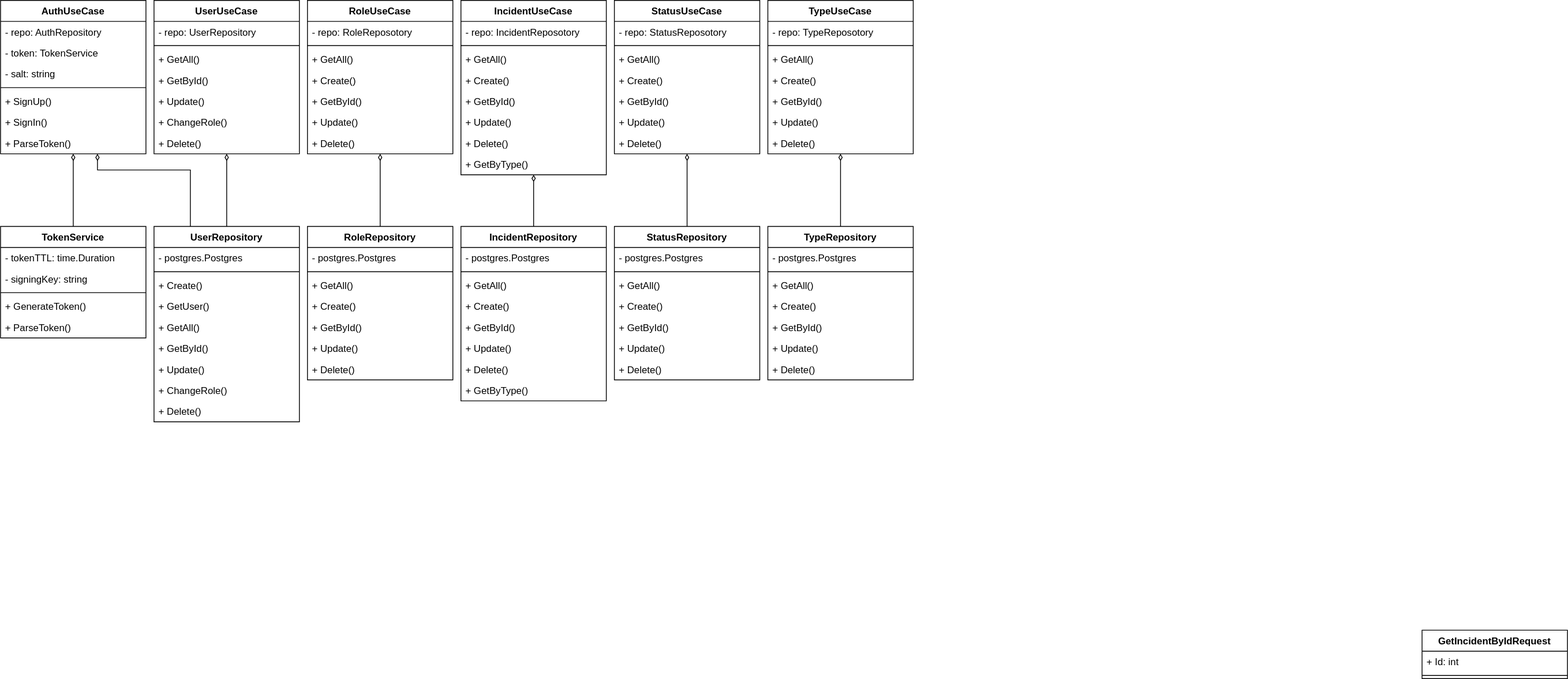
The draw.io diagram docs/diagrams/uml.svg in ekaterinamzr/green-alarm, before a commit. Source tidied: cells renumbered, new cells last; positions are measured from the earlier drawing's top-left corner, leaving out a move shared by most shapes.
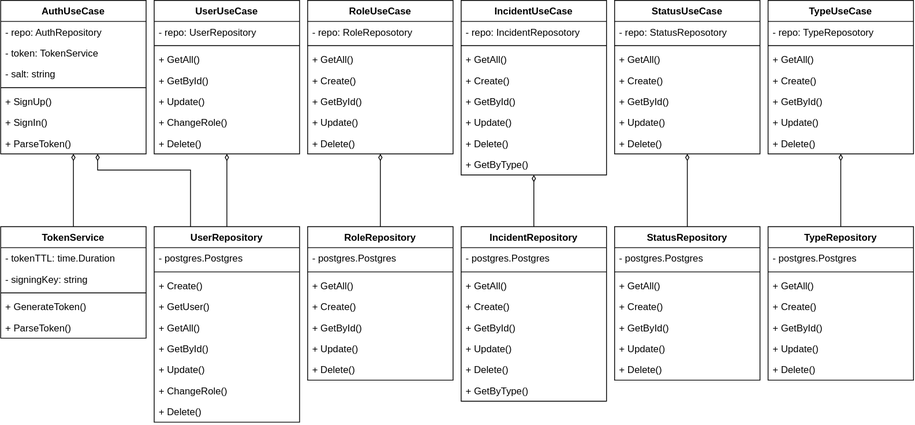
After the change.

The edit, as a diff of the source:
```diff
@@ -2,15 +2,6 @@
   <root>
     <mxCell id="0" />
     <mxCell id="1" parent="0" />
-    <mxCell id="2" value="GetIncidentByIdRequest" style="swimlane;fontStyle=1;align=center;verticalAlign=top;horizontal=1;startSize=26;" parent="1" vertex="1">
-      <mxGeometry x="1760" y="780" width="180" height="60" as="geometry" />
-    </mxCell>
-    <mxCell id="3" value="+ Id: int" style="text;strokeColor=none;fillColor=none;align=left;verticalAlign=top;spacingLeft=4;spacingRight=4;overflow=hidden;" parent="2" vertex="1">
-      <mxGeometry y="26" width="180" height="26" as="geometry" />
-    </mxCell>
-    <mxCell id="4" style="line;strokeWidth=1;fillColor=none;align=left;verticalAlign=middle;spacingTop=-1;spacingLeft=3;spacingRight=3;labelPosition=right;strokeColor=inherit;" parent="2" vertex="1">
-      <mxGeometry y="52" width="180" height="8" as="geometry" />
-    </mxCell>
     <mxCell id="5" style="edgeStyle=orthogonalEdgeStyle;rounded=0;jettySize=auto;html=1;exitX=0.5;exitY=1;exitDx=0;exitDy=0;entryX=0.5;entryY=0;entryDx=0;entryDy=0;endArrow=none;endFill=0;startArrow=diamondThin;startFill=0;" parent="1" edge="1" source="6" target="103">
       <mxGeometry relative="1" as="geometry" />
     </mxCell>
```
